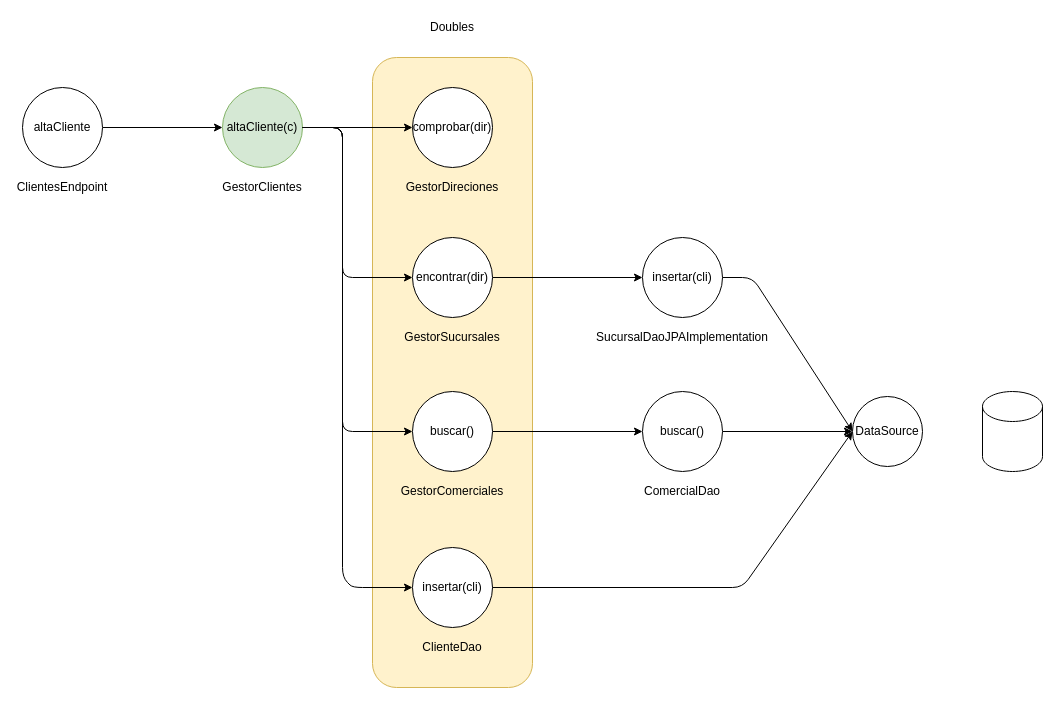
lrag/TDD keeps this draw.io diagram as page "Página-5" (4 of 12) of tdd.drawio. Above is the earlier version. Source tidied: cells renumbered, new cells numbered last; positions are measured from the earlier drawing's top-left corner, leaving out a move shared by most shapes. Both pictures are drawn from the tidied source at 100%, with x=0, y=0 at pixel (22, 17).
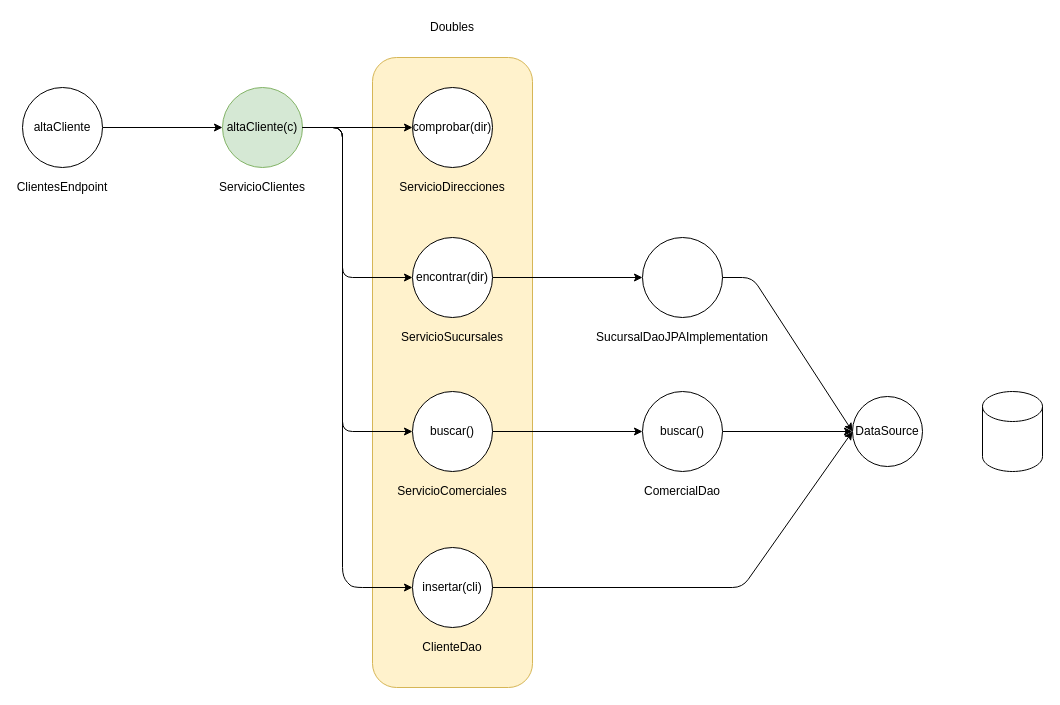
Above is the later version.

The edit, as a diff of the source:
```diff
@@
-    <mxCell id="5" value="GestorClientes" style="text;html=1;strokeColor=none;fillColor=none;align=center;verticalAlign=middle;whiteSpace=wrap;rounded=0;" parent="1" vertex="1">
+    <mxCell id="5" value="ServicioClientes" style="text;html=1;strokeColor=none;fillColor=none;align=center;verticalAlign=middle;whiteSpace=wrap;rounded=0;" parent="1" vertex="1">
       <mxGeometry x="220" y="160" width="40" height="20" as="geometry" />
     </mxCell>
@@
-    <mxCell id="8" value="GestorDireciones" style="text;html=1;strokeColor=none;fillColor=none;align=center;verticalAlign=middle;whiteSpace=wrap;rounded=0;" parent="1" vertex="1">
+    <mxCell id="8" value="ServicioDirecciones" style="text;html=1;strokeColor=none;fillColor=none;align=center;verticalAlign=middle;whiteSpace=wrap;rounded=0;" parent="1" vertex="1">
       <mxGeometry x="410" y="160" width="40" height="20" as="geometry" />
     </mxCell>
@@
-    <mxCell id="11" value="GestorSucursales" style="text;html=1;strokeColor=none;fillColor=none;align=center;verticalAlign=middle;whiteSpace=wrap;rounded=0;" parent="1" vertex="1">
+    <mxCell id="11" value="ServicioSucursales" style="text;html=1;strokeColor=none;fillColor=none;align=center;verticalAlign=middle;whiteSpace=wrap;rounded=0;" parent="1" vertex="1">
       <mxGeometry x="410" y="310" width="40" height="20" as="geometry" />
     </mxCell>
@@
-    <mxCell id="14" value="GestorComerciales" style="text;html=1;strokeColor=none;fillColor=none;align=center;verticalAlign=middle;whiteSpace=wrap;rounded=0;" parent="1" vertex="1">
+    <mxCell id="14" value="ServicioComerciales" style="text;html=1;strokeColor=none;fillColor=none;align=center;verticalAlign=middle;whiteSpace=wrap;rounded=0;" parent="1" vertex="1">
       <mxGeometry x="410" y="464" width="40" height="20" as="geometry" />
     </mxCell>
@@
-    <mxCell id="20" value="insertar(cli)" style="ellipse;whiteSpace=wrap;html=1;fillColor=#ffffff;" parent="1" vertex="1">
+    <mxCell id="20" style="ellipse;whiteSpace=wrap;html=1;fillColor=#ffffff;" parent="1" vertex="1">
       <mxGeometry x="620" y="220" width="80" height="80" as="geometry" />
     </mxCell>
```
